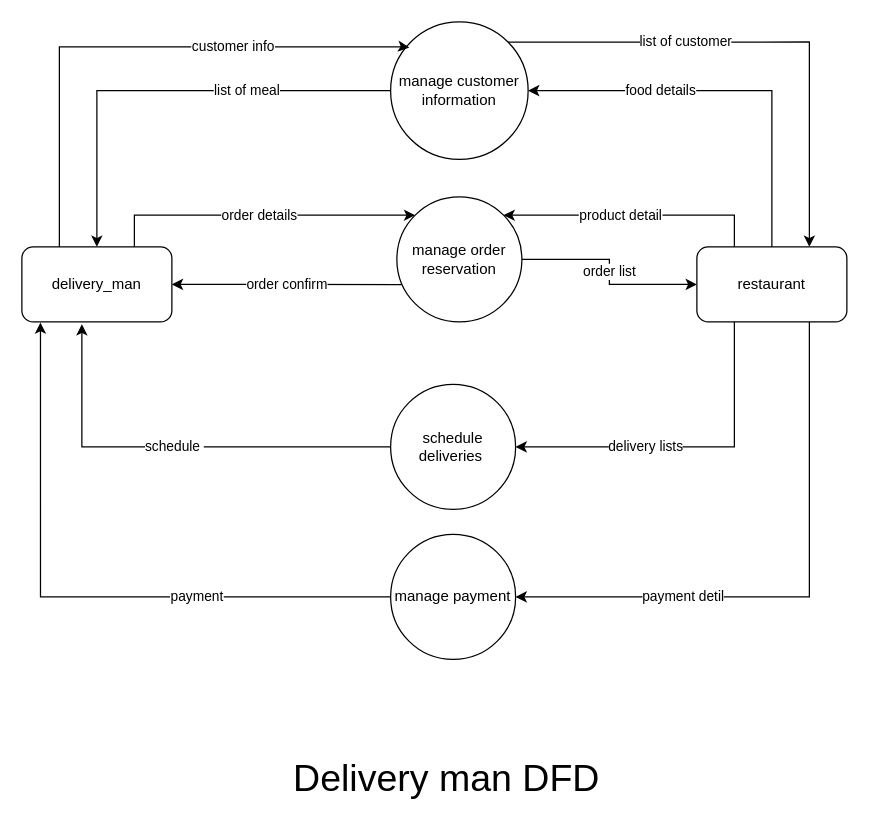
This is page "Delivery" (2 of 6) of health.drawio from YeMyat144/DFD_ER, a draw.io file, before an edit. Source tidied: cells renumbered, new cells numbered last; positions are measured from the earlier drawing's top-left corner, leaving out a move shared by most shapes. Both pictures are drawn from the tidied source at 125%, with x=0, y=0 at pixel (21, 21).
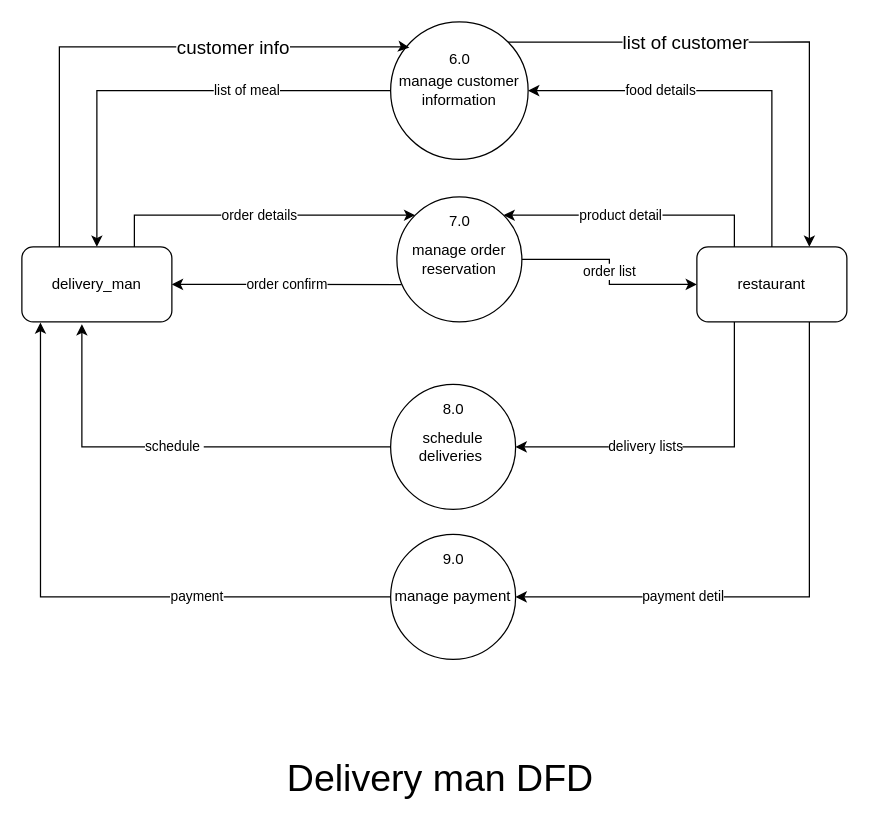
Above is the later version.

The change refers to these unchanged cells:
```xml
<mxCell id="4" value="manage customer information" style="ellipse;whiteSpace=wrap;html=1;" parent="1" vertex="1">
  <mxGeometry x="295" width="110" height="110" as="geometry" />
</mxCell>
<mxCell id="10" value="delivery_man" style="rounded=1;whiteSpace=wrap;html=1;" parent="1" vertex="1">
  <mxGeometry y="180" width="120" height="60" as="geometry" />
</mxCell>
<mxCell id="16" value="restaurant" style="rounded=1;whiteSpace=wrap;html=1;" parent="1" vertex="1">
  <mxGeometry x="540" y="180" width="120" height="60" as="geometry" />
</mxCell>
```

What changed in the source:
```diff
@@
-    <mxCell id="3" value="list of customer" style="edgeStyle=orthogonalEdgeStyle;rounded=0;jettySize=auto;html=1;exitX=1;exitY=0;exitDx=0;exitDy=0;entryX=0.75;entryY=0;entryDx=0;entryDy=0;" parent="1" edge="1" source="4" target="16">
+    <mxCell id="3" value="list of customer" style="edgeStyle=orthogonalEdgeStyle;rounded=0;jettySize=auto;html=1;exitX=1;exitY=0;exitDx=0;exitDy=0;entryX=0.75;entryY=0;entryDx=0;entryDy=0;fontSize=15;" parent="1" edge="1" source="4" target="16">
       <mxGeometry x="-0.3" relative="1" as="geometry" />
     </mxCell>
@@
-    <mxCell id="9" value="customer info" style="edgeStyle=orthogonalEdgeStyle;rounded=0;jettySize=auto;html=1;exitX=0.25;exitY=0;exitDx=0;exitDy=0;entryX=0.136;entryY=0.186;entryDx=0;entryDy=0;entryPerimeter=0;" parent="1" edge="1" source="10" target="4">
+    <mxCell id="9" value="customer info" style="edgeStyle=orthogonalEdgeStyle;rounded=0;jettySize=auto;html=1;exitX=0.25;exitY=0;exitDx=0;exitDy=0;entryX=0.136;entryY=0.186;entryDx=0;entryDy=0;entryPerimeter=0;fontSize=15;" parent="1" edge="1" source="10" target="4">
       <mxGeometry x="0.36" relative="1" as="geometry">
         <Array as="points">
           <mxPoint x="30" y="20" />
           <mxPoint x="306" y="20" />
         </Array>
       </mxGeometry>
     </mxCell>
@@
     <mxCell id="20" value="Delivery man DFD" style="text;html=1;align=center;verticalAlign=middle;whiteSpace=wrap;rounded=0;fontSize=30;" parent="1" vertex="1">
-      <mxGeometry x="180" y="580" width="320" height="50" as="geometry" />
+      <mxGeometry x="175" y="580" width="320" height="50" as="geometry" />
     </mxCell>
+    <mxCell id="21" value="6.0" style="text;html=1;align=center;verticalAlign=middle;whiteSpace=wrap;rounded=0;" parent="1" vertex="1">
+      <mxGeometry x="327.5" y="20" width="45" height="20" as="geometry" />
+    </mxCell>
+    <mxCell id="22" value="7.0" style="text;html=1;align=center;verticalAlign=middle;whiteSpace=wrap;rounded=0;" parent="1" vertex="1">
+      <mxGeometry x="327.5" y="150" width="45" height="20" as="geometry" />
+    </mxCell>
+    <mxCell id="23" value="8.0" style="text;html=1;align=center;verticalAlign=middle;whiteSpace=wrap;rounded=0;" parent="1" vertex="1">
+      <mxGeometry x="322.5" y="300" width="45" height="20" as="geometry" />
+    </mxCell>
+    <mxCell id="24" value="9.0" style="text;html=1;align=center;verticalAlign=middle;whiteSpace=wrap;rounded=0;" parent="1" vertex="1">
+      <mxGeometry x="322.5" y="420" width="45" height="20" as="geometry" />
+    </mxCell>
```
